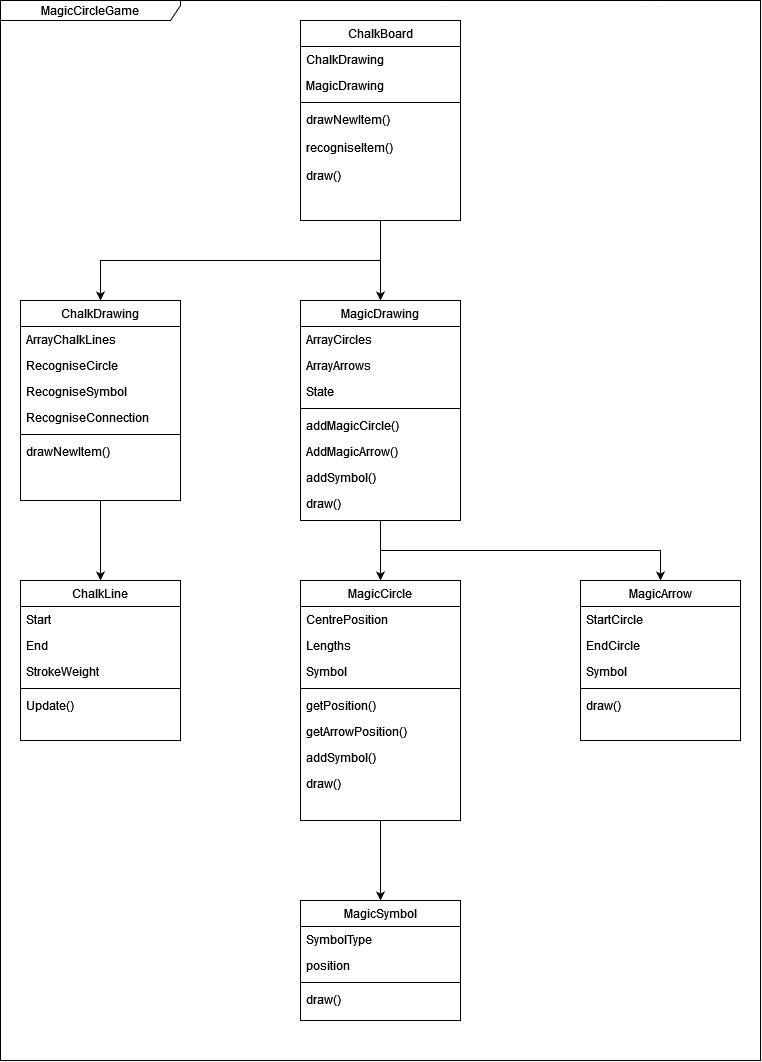
This is Documentation/MagicCircleGame.png from WillowgastWebOfCode/MagicCircleGame, a draw.io export, as it was before one commit. Source tidied: cells renumbered, new cells last; positions are measured from the earlier drawing's top-left corner, leaving out a move shared by most shapes.
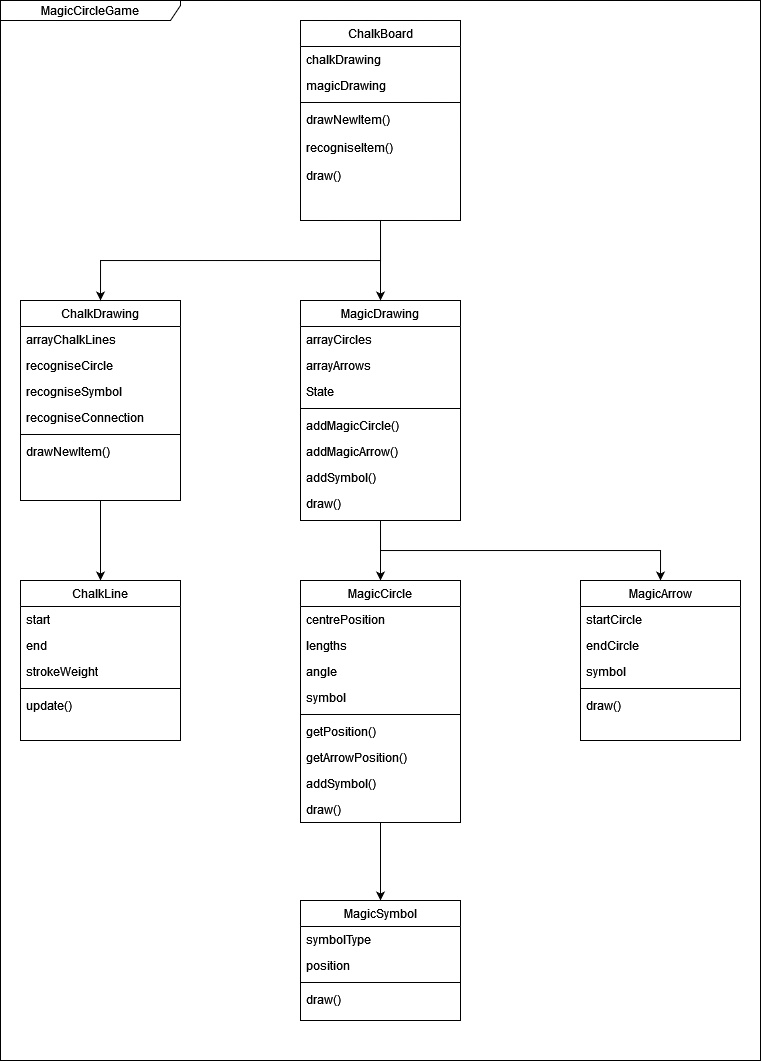
Above is the later version.

Commit message:
Adjusted caps and MagicCircle class.

Diff of the diagram source:
```diff
@@ -2,22 +2,25 @@
   <root>
     <mxCell id="0" />
     <mxCell id="1" parent="0" />
+    <mxCell id="57" value="MagicCircleGame" style="shape=umlFrame;whiteSpace=wrap;html=1;width=180;height=20;" parent="1" vertex="1">
+      <mxGeometry width="760" height="1060" as="geometry" />
+    </mxCell>
     <mxCell id="2" style="edgeStyle=orthogonalEdgeStyle;rounded=0;jettySize=auto;html=1;exitX=0.5;exitY=1;exitDx=0;exitDy=0;entryX=0.5;entryY=0;entryDx=0;entryDy=0;" parent="1" edge="1" source="3" target="46">
       <mxGeometry relative="1" as="geometry" />
     </mxCell>
     <mxCell id="3" value="ChalkDrawing" style="swimlane;fontStyle=0;align=center;verticalAlign=top;horizontal=1;startSize=26;rounded=0;shadow=0;strokeWidth=1;" parent="1" vertex="1">
       <mxGeometry x="20" y="300" width="160" height="200" as="geometry" />
     </mxCell>
-    <mxCell id="4" value="ArrayChalkLines" style="text;align=left;verticalAlign=top;spacingLeft=4;spacingRight=4;overflow=hidden;rounded=0;shadow=0;html=0;" parent="3" vertex="1">
+    <mxCell id="4" value="arrayChalkLines" style="text;align=left;verticalAlign=top;spacingLeft=4;spacingRight=4;overflow=hidden;rounded=0;shadow=0;html=0;" parent="3" vertex="1">
       <mxGeometry y="26" width="160" height="26" as="geometry" />
     </mxCell>
-    <mxCell id="5" value="RecogniseCircle&#10;" style="text;align=left;verticalAlign=top;spacingLeft=4;spacingRight=4;overflow=hidden;" parent="3" vertex="1">
+    <mxCell id="5" value="recogniseCircle&#10;" style="text;align=left;verticalAlign=top;spacingLeft=4;spacingRight=4;overflow=hidden;" parent="3" vertex="1">
       <mxGeometry y="52" width="160" height="26" as="geometry" />
     </mxCell>
-    <mxCell id="6" value="RecogniseSymbol" style="text;align=left;verticalAlign=top;spacingLeft=4;spacingRight=4;overflow=hidden;rounded=0;shadow=0;html=0;" parent="3" vertex="1">
+    <mxCell id="6" value="recogniseSymbol" style="text;align=left;verticalAlign=top;spacingLeft=4;spacingRight=4;overflow=hidden;rounded=0;shadow=0;html=0;" parent="3" vertex="1">
       <mxGeometry y="78" width="160" height="26" as="geometry" />
     </mxCell>
-    <mxCell id="7" value="RecogniseConnection" style="text;align=left;verticalAlign=top;spacingLeft=4;spacingRight=4;overflow=hidden;rounded=0;shadow=0;html=0;" parent="3" vertex="1">
+    <mxCell id="7" value="recogniseConnection" style="text;align=left;verticalAlign=top;spacingLeft=4;spacingRight=4;overflow=hidden;rounded=0;shadow=0;html=0;" parent="3" vertex="1">
       <mxGeometry y="104" width="160" height="26" as="geometry" />
     </mxCell>
     <mxCell id="8" style="line;html=1;strokeWidth=1;align=left;verticalAlign=middle;spacingTop=-1;spacingLeft=3;spacingRight=3;labelPosition=right;" parent="3" vertex="1">
@@ -35,10 +38,10 @@
     <mxCell id="12" value="MagicDrawing" style="swimlane;fontStyle=0;align=center;verticalAlign=top;horizontal=1;startSize=26;rounded=0;shadow=0;strokeWidth=1;" parent="1" vertex="1">
       <mxGeometry x="300" y="300" width="160" height="220" as="geometry" />
     </mxCell>
-    <mxCell id="13" value="ArrayCircles" style="text;align=left;verticalAlign=top;spacingLeft=4;spacingRight=4;overflow=hidden;" parent="12" vertex="1">
+    <mxCell id="13" value="arrayCircles" style="text;align=left;verticalAlign=top;spacingLeft=4;spacingRight=4;overflow=hidden;" parent="12" vertex="1">
       <mxGeometry y="26" width="160" height="26" as="geometry" />
     </mxCell>
-    <mxCell id="14" value="ArrayArrows" style="text;align=left;verticalAlign=top;spacingLeft=4;spacingRight=4;overflow=hidden;rounded=0;shadow=0;html=0;" parent="12" vertex="1">
+    <mxCell id="14" value="arrayArrows" style="text;align=left;verticalAlign=top;spacingLeft=4;spacingRight=4;overflow=hidden;rounded=0;shadow=0;html=0;" parent="12" vertex="1">
       <mxGeometry y="52" width="160" height="26" as="geometry" />
     </mxCell>
     <mxCell id="15" value="State" style="text;align=left;verticalAlign=top;spacingLeft=4;spacingRight=4;overflow=hidden;rounded=0;shadow=0;html=0;" parent="12" vertex="1">
@@ -50,7 +53,7 @@
     <mxCell id="17" value="addMagicCircle()" style="text;align=left;verticalAlign=top;spacingLeft=4;spacingRight=4;overflow=hidden;" parent="12" vertex="1">
       <mxGeometry y="112" width="160" height="26" as="geometry" />
     </mxCell>
-    <mxCell id="18" value="AddMagicArrow()" style="text;align=left;verticalAlign=top;spacingLeft=4;spacingRight=4;overflow=hidden;" parent="12" vertex="1">
+    <mxCell id="18" value="addMagicArrow()" style="text;align=left;verticalAlign=top;spacingLeft=4;spacingRight=4;overflow=hidden;" parent="12" vertex="1">
       <mxGeometry y="138" width="160" height="26" as="geometry" />
     </mxCell>
     <mxCell id="19" value="addSymbol()" style="text;align=left;verticalAlign=top;spacingLeft=4;spacingRight=4;overflow=hidden;" parent="12" vertex="1">
@@ -63,42 +66,45 @@
       <mxGeometry relative="1" as="geometry" />
     </mxCell>
     <mxCell id="22" value="MagicCircle" style="swimlane;fontStyle=0;align=center;verticalAlign=top;horizontal=1;startSize=26;rounded=0;shadow=0;strokeWidth=1;" parent="1" vertex="1">
-      <mxGeometry x="300" y="580" width="160" height="240" as="geometry" />
+      <mxGeometry x="300" y="580" width="160" height="242" as="geometry" />
     </mxCell>
-    <mxCell id="23" value="CentrePosition" style="text;align=left;verticalAlign=top;spacingLeft=4;spacingRight=4;overflow=hidden;" parent="22" vertex="1">
+    <mxCell id="23" value="centrePosition" style="text;align=left;verticalAlign=top;spacingLeft=4;spacingRight=4;overflow=hidden;" parent="22" vertex="1">
       <mxGeometry y="26" width="160" height="26" as="geometry" />
     </mxCell>
-    <mxCell id="24" value="Lengths" style="text;align=left;verticalAlign=top;spacingLeft=4;spacingRight=4;overflow=hidden;rounded=0;shadow=0;html=0;" parent="22" vertex="1">
+    <mxCell id="24" value="lengths" style="text;align=left;verticalAlign=top;spacingLeft=4;spacingRight=4;overflow=hidden;rounded=0;shadow=0;html=0;" parent="22" vertex="1">
       <mxGeometry y="52" width="160" height="26" as="geometry" />
     </mxCell>
+    <mxCell id="58" value="angle" style="text;align=left;verticalAlign=top;spacingLeft=4;spacingRight=4;overflow=hidden;rounded=0;shadow=0;html=0;" parent="22" vertex="1">
+      <mxGeometry y="78" width="160" height="26" as="geometry" />
+    </mxCell>
-    <mxCell id="25" value="Symbol" style="text;align=left;verticalAlign=top;spacingLeft=4;spacingRight=4;overflow=hidden;rounded=0;shadow=0;html=0;" parent="22" vertex="1">
-      <mxGeometry y="78" width="160" height="26" as="geometry" />
+    <mxCell id="25" value="symbol" style="text;align=left;verticalAlign=top;spacingLeft=4;spacingRight=4;overflow=hidden;rounded=0;shadow=0;html=0;" parent="22" vertex="1">
+      <mxGeometry y="104" width="160" height="26" as="geometry" />
     </mxCell>
     <mxCell id="26" style="line;html=1;strokeWidth=1;align=left;verticalAlign=middle;spacingTop=-1;spacingLeft=3;spacingRight=3;labelPosition=right;" parent="22" vertex="1">
-      <mxGeometry y="104" width="160" height="8" as="geometry" />
+      <mxGeometry y="130" width="160" height="8" as="geometry" />
     </mxCell>
     <mxCell id="27" value="getPosition()" style="text;align=left;verticalAlign=top;spacingLeft=4;spacingRight=4;overflow=hidden;" parent="22" vertex="1">
-      <mxGeometry y="112" width="160" height="26" as="geometry" />
+      <mxGeometry y="138" width="160" height="26" as="geometry" />
     </mxCell>
     <mxCell id="28" value="getArrowPosition()" style="text;align=left;verticalAlign=top;spacingLeft=4;spacingRight=4;overflow=hidden;" parent="22" vertex="1">
-      <mxGeometry y="138" width="160" height="26" as="geometry" />
+      <mxGeometry y="164" width="160" height="26" as="geometry" />
     </mxCell>
     <mxCell id="29" value="addSymbol()" style="text;align=left;verticalAlign=top;spacingLeft=4;spacingRight=4;overflow=hidden;" parent="22" vertex="1">
-      <mxGeometry y="164" width="160" height="26" as="geometry" />
+      <mxGeometry y="190" width="160" height="26" as="geometry" />
     </mxCell>
     <mxCell id="30" value="draw()" style="text;align=left;verticalAlign=top;spacingLeft=4;spacingRight=4;overflow=hidden;" parent="22" vertex="1">
-      <mxGeometry y="190" width="160" height="26" as="geometry" />
+      <mxGeometry y="216" width="160" height="26" as="geometry" />
     </mxCell>
     <mxCell id="31" value="MagicArrow" style="swimlane;fontStyle=0;align=center;verticalAlign=top;horizontal=1;startSize=26;rounded=0;shadow=0;strokeWidth=1;" parent="1" vertex="1">
       <mxGeometry x="580" y="580" width="160" height="160" as="geometry" />
     </mxCell>
-    <mxCell id="32" value="StartCircle" style="text;align=left;verticalAlign=top;spacingLeft=4;spacingRight=4;overflow=hidden;" parent="31" vertex="1">
+    <mxCell id="32" value="startCircle" style="text;align=left;verticalAlign=top;spacingLeft=4;spacingRight=4;overflow=hidden;" parent="31" vertex="1">
       <mxGeometry y="26" width="160" height="26" as="geometry" />
     </mxCell>
-    <mxCell id="33" value="EndCircle" style="text;align=left;verticalAlign=top;spacingLeft=4;spacingRight=4;overflow=hidden;rounded=0;shadow=0;html=0;" parent="31" vertex="1">
+    <mxCell id="33" value="endCircle" style="text;align=left;verticalAlign=top;spacingLeft=4;spacingRight=4;overflow=hidden;rounded=0;shadow=0;html=0;" parent="31" vertex="1">
       <mxGeometry y="52" width="160" height="26" as="geometry" />
     </mxCell>
-    <mxCell id="34" value="Symbol" style="text;align=left;verticalAlign=top;spacingLeft=4;spacingRight=4;overflow=hidden;rounded=0;shadow=0;html=0;" parent="31" vertex="1">
+    <mxCell id="34" value="symbol" style="text;align=left;verticalAlign=top;spacingLeft=4;spacingRight=4;overflow=hidden;rounded=0;shadow=0;html=0;" parent="31" vertex="1">
       <mxGeometry y="78" width="160" height="26" as="geometry" />
     </mxCell>
     <mxCell id="35" style="line;html=1;strokeWidth=1;align=left;verticalAlign=middle;spacingTop=-1;spacingLeft=3;spacingRight=3;labelPosition=right;" parent="31" vertex="1">
@@ -116,10 +122,10 @@
     <mxCell id="39" value="ChalkBoard" style="swimlane;fontStyle=0;align=center;verticalAlign=top;horizontal=1;startSize=26;rounded=0;shadow=0;strokeWidth=1;" parent="1" vertex="1">
       <mxGeometry x="300" y="20" width="160" height="200" as="geometry" />
     </mxCell>
-    <mxCell id="40" value="ChalkDrawing" style="text;align=left;verticalAlign=top;spacingLeft=4;spacingRight=4;overflow=hidden;" parent="39" vertex="1">
+    <mxCell id="40" value="chalkDrawing" style="text;align=left;verticalAlign=top;spacingLeft=4;spacingRight=4;overflow=hidden;" parent="39" vertex="1">
       <mxGeometry y="26" width="160" height="26" as="geometry" />
     </mxCell>
-    <mxCell id="41" value="MagicDrawing" style="text;align=left;verticalAlign=top;spacingLeft=4;spacingRight=4;overflow=hidden;rounded=0;shadow=0;html=0;" parent="39" vertex="1">
+    <mxCell id="41" value="magicDrawing" style="text;align=left;verticalAlign=top;spacingLeft=4;spacingRight=4;overflow=hidden;rounded=0;shadow=0;html=0;" parent="39" vertex="1">
       <mxGeometry y="52" width="160" height="26" as="geometry" />
     </mxCell>
     <mxCell id="42" style="line;html=1;strokeWidth=1;align=left;verticalAlign=middle;spacingTop=-1;spacingLeft=3;spacingRight=3;labelPosition=right;" parent="39" vertex="1">
@@ -137,25 +143,25 @@
     <mxCell id="46" value="ChalkLine" style="swimlane;fontStyle=0;align=center;verticalAlign=top;horizontal=1;startSize=26;rounded=0;shadow=0;strokeWidth=1;" parent="1" vertex="1">
       <mxGeometry x="20" y="580" width="160" height="160" as="geometry" />
     </mxCell>
-    <mxCell id="47" value="Start&#10;" style="text;align=left;verticalAlign=top;spacingLeft=4;spacingRight=4;overflow=hidden;" parent="46" vertex="1">
+    <mxCell id="47" value="start&#10;" style="text;align=left;verticalAlign=top;spacingLeft=4;spacingRight=4;overflow=hidden;" parent="46" vertex="1">
       <mxGeometry y="26" width="160" height="26" as="geometry" />
     </mxCell>
-    <mxCell id="48" value="End" style="text;align=left;verticalAlign=top;spacingLeft=4;spacingRight=4;overflow=hidden;rounded=0;shadow=0;html=0;" parent="46" vertex="1">
+    <mxCell id="48" value="end" style="text;align=left;verticalAlign=top;spacingLeft=4;spacingRight=4;overflow=hidden;rounded=0;shadow=0;html=0;" parent="46" vertex="1">
       <mxGeometry y="52" width="160" height="26" as="geometry" />
     </mxCell>
-    <mxCell id="49" value="StrokeWeight" style="text;align=left;verticalAlign=top;spacingLeft=4;spacingRight=4;overflow=hidden;rounded=0;shadow=0;html=0;" parent="46" vertex="1">
+    <mxCell id="49" value="strokeWeight" style="text;align=left;verticalAlign=top;spacingLeft=4;spacingRight=4;overflow=hidden;rounded=0;shadow=0;html=0;" parent="46" vertex="1">
       <mxGeometry y="78" width="160" height="26" as="geometry" />
     </mxCell>
     <mxCell id="50" style="line;html=1;strokeWidth=1;align=left;verticalAlign=middle;spacingTop=-1;spacingLeft=3;spacingRight=3;labelPosition=right;" parent="46" vertex="1">
       <mxGeometry y="104" width="160" height="8" as="geometry" />
     </mxCell>
-    <mxCell id="51" value="Update()" style="text;align=left;verticalAlign=top;spacingLeft=4;spacingRight=4;overflow=hidden;" parent="46" vertex="1">
+    <mxCell id="51" value="update()" style="text;align=left;verticalAlign=top;spacingLeft=4;spacingRight=4;overflow=hidden;" parent="46" vertex="1">
       <mxGeometry y="112" width="160" height="26" as="geometry" />
     </mxCell>
     <mxCell id="52" value="MagicSymbol" style="swimlane;fontStyle=0;align=center;verticalAlign=top;horizontal=1;startSize=26;rounded=0;shadow=0;strokeWidth=1;" parent="1" vertex="1">
       <mxGeometry x="300" y="900" width="160" height="120" as="geometry" />
     </mxCell>
-    <mxCell id="53" value="SymbolType" style="text;align=left;verticalAlign=top;spacingLeft=4;spacingRight=4;overflow=hidden;" parent="52" vertex="1">
+    <mxCell id="53" value="symbolType" style="text;align=left;verticalAlign=top;spacingLeft=4;spacingRight=4;overflow=hidden;" parent="52" vertex="1">
       <mxGeometry y="26" width="160" height="26" as="geometry" />
     </mxCell>
     <mxCell id="54" value="position" style="text;align=left;verticalAlign=top;spacingLeft=4;spacingRight=4;overflow=hidden;rounded=0;shadow=0;html=0;" parent="52" vertex="1">
@@ -167,8 +173,5 @@
     <mxCell id="56" value="draw()" style="text;align=left;verticalAlign=top;spacingLeft=4;spacingRight=4;overflow=hidden;" parent="52" vertex="1">
       <mxGeometry y="86" width="160" height="26" as="geometry" />
     </mxCell>
-    <mxCell id="57" value="MagicCircleGame" style="shape=umlFrame;whiteSpace=wrap;html=1;width=180;height=20;" parent="1" vertex="1">
-      <mxGeometry width="760" height="1060" as="geometry" />
-    </mxCell>
   </root>
 </mxGraphModel>
```
